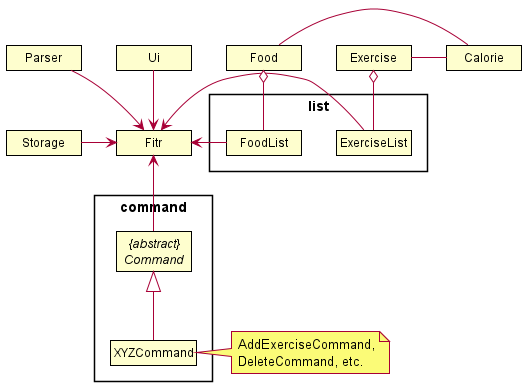
Earlier version of the PlantUML export docs/images/MainClassDiagram.png (nus-cs2113-AY2021S1/tp). Source of this version:
```plantuml
@startuml

skinparam classAttributeIconSize 0
skinparam Shadowing false
skinparam MinClassWidth 75
skinparam packageStyle Rectangle

hide circle
hide empty members

skinparam Class {
    BorderThickness 1
    BorderColor #000000
}

class Fitr
class Food
class Exercise
class Calorie
class Parser
class Ui
class Storage

package "list" {
    class ExerciseList
    class FoodList
}

package "command" {
    abstract class "{abstract}\nCommand" as Command
    class XYZCommand
}

Command <|-d- XYZCommand
note right of XYZCommand: AddExerciseCommand,\nDeleteCommand, etc.

Command -u-> Fitr

ExerciseList -> Fitr
FoodList -> Fitr
Parser -d-> Fitr
Ui -d-> Fitr
Storage -> Fitr

Food o-- FoodList
Exercise o-- ExerciseList

Food - Calorie
Exercise - Calorie

@enduml
```
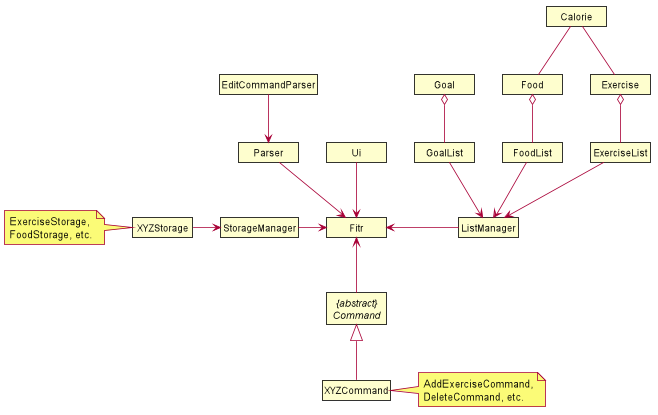
After the commit.

Commit message:
Update main class diagram

Change to the diagram source:
```diff
@@ -18,34 +18,41 @@
 class Exercise
 class Calorie
 class Parser
-class Ui
-class Storage
+class EditCommandParser
+class StorageManager
+class XYZStorage
 
-package "list" {
-    class ExerciseList
-    class FoodList
-}
+class ListManager
+class ExerciseList
+class FoodList
+class GoalList
 
-package "command" {
-    abstract class "{abstract}\nCommand" as Command
-    class XYZCommand
-}
+ExerciseList --> ListManager
+FoodList --> ListManager
+GoalList --> ListManager
+
+abstract class "{abstract}\nCommand" as Command
+class XYZCommand
 
 Command <|-d- XYZCommand
 note right of XYZCommand: AddExerciseCommand,\nDeleteCommand, etc.
 
 Command -u-> Fitr
 
-ExerciseList -> Fitr
-FoodList -> Fitr
 Parser -d-> Fitr
+EditCommandParser -d-> Parser
 Ui -d-> Fitr
-Storage -> Fitr
+StorageManager -> Fitr
+ListManager -l-> Fitr
+
+XYZStorage -> StorageManager
+note left of XYZStorage: ExerciseStorage,\nFoodStorage, etc.
 
 Food o-- FoodList
 Exercise o-- ExerciseList
+Goal o-- GoalList
 
-Food - Calorie
-Exercise - Calorie
+Food -u- Calorie
+Exercise -u- Calorie
 
 @enduml
```
